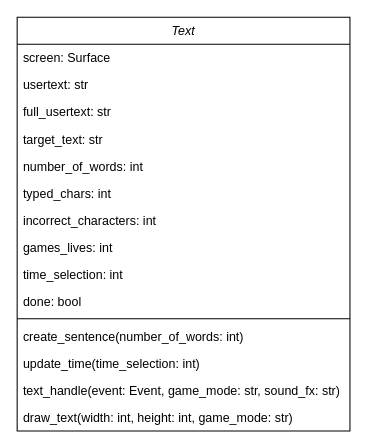
Bxnetic/wahtype keeps this draw.io diagram as diagrams/classes/textClass.drawio. Above is the earlier version. Source tidied: cells renumbered, new cells numbered last; positions are measured from the earlier drawing's top-left corner, leaving out a move shared by most shapes. Both pictures are drawn from the tidied source at 104%, with x=0, y=0 at pixel (17, 17).
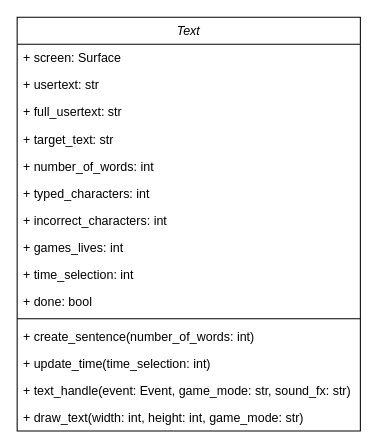
After the change.

Diff of the diagram source:
```diff
@@
 <mxGraphModel>
   <root>
     <mxCell id="0" />
     <mxCell id="1" parent="0" />
     <mxCell id="2" value="Text" style="swimlane;fontStyle=2;align=center;verticalAlign=top;horizontal=1;startSize=26;rounded=0;shadow=0;strokeWidth=1;" parent="1" vertex="1">
-      <mxGeometry width="320" height="398" as="geometry" />
+      <mxGeometry width="330" height="398" as="geometry" />
     </mxCell>
-    <mxCell id="3" value="screen: Surface" style="text;align=left;verticalAlign=top;spacingLeft=4;spacingRight=4;overflow=hidden;" parent="2" vertex="1">
-      <mxGeometry y="26" width="320" height="26" as="geometry" />
+    <mxCell id="3" value="+ screen: Surface" style="text;align=left;verticalAlign=top;spacingLeft=4;spacingRight=4;overflow=hidden;" parent="2" vertex="1">
+      <mxGeometry y="26" width="330" height="26" as="geometry" />
     </mxCell>
-    <mxCell id="4" value="usertext: str" style="text;align=left;verticalAlign=top;spacingLeft=4;spacingRight=4;overflow=hidden;rounded=0;shadow=0;html=0;" parent="2" vertex="1">
-      <mxGeometry y="52" width="320" height="26" as="geometry" />
+    <mxCell id="4" value="+ usertext: str" style="text;align=left;verticalAlign=top;spacingLeft=4;spacingRight=4;overflow=hidden;rounded=0;shadow=0;html=0;" parent="2" vertex="1">
+      <mxGeometry y="52" width="330" height="26" as="geometry" />
     </mxCell>
-    <mxCell id="5" value="full_usertext: str" style="text;align=left;verticalAlign=top;spacingLeft=4;spacingRight=4;overflow=hidden;rounded=0;shadow=0;html=0;" parent="2" vertex="1">
-      <mxGeometry y="78" width="320" height="26" as="geometry" />
+    <mxCell id="5" value="+ full_usertext: str" style="text;align=left;verticalAlign=top;spacingLeft=4;spacingRight=4;overflow=hidden;rounded=0;shadow=0;html=0;" parent="2" vertex="1">
+      <mxGeometry y="78" width="330" height="26" as="geometry" />
     </mxCell>
-    <mxCell id="6" value="target_text: str" style="text;align=left;verticalAlign=top;spacingLeft=4;spacingRight=4;overflow=hidden;rounded=0;shadow=0;html=0;" parent="2" vertex="1">
-      <mxGeometry y="104" width="320" height="26" as="geometry" />
+    <mxCell id="6" value="+ target_text: str" style="text;align=left;verticalAlign=top;spacingLeft=4;spacingRight=4;overflow=hidden;rounded=0;shadow=0;html=0;" parent="2" vertex="1">
+      <mxGeometry y="104" width="330" height="26" as="geometry" />
     </mxCell>
-    <mxCell id="7" value="number_of_words: int" style="text;align=left;verticalAlign=top;spacingLeft=4;spacingRight=4;overflow=hidden;rounded=0;shadow=0;html=0;" parent="2" vertex="1">
-      <mxGeometry y="130" width="320" height="26" as="geometry" />
+    <mxCell id="7" value="+ number_of_words: int" style="text;align=left;verticalAlign=top;spacingLeft=4;spacingRight=4;overflow=hidden;rounded=0;shadow=0;html=0;" parent="2" vertex="1">
+      <mxGeometry y="130" width="330" height="26" as="geometry" />
     </mxCell>
-    <mxCell id="8" value="typed_chars: int" style="text;align=left;verticalAlign=top;spacingLeft=4;spacingRight=4;overflow=hidden;rounded=0;shadow=0;html=0;" parent="2" vertex="1">
-      <mxGeometry y="156" width="320" height="26" as="geometry" />
+    <mxCell id="8" value="+ typed_characters: int" style="text;align=left;verticalAlign=top;spacingLeft=4;spacingRight=4;overflow=hidden;rounded=0;shadow=0;html=0;" parent="2" vertex="1">
+      <mxGeometry y="156" width="330" height="26" as="geometry" />
     </mxCell>
-    <mxCell id="9" value="incorrect_characters: int" style="text;align=left;verticalAlign=top;spacingLeft=4;spacingRight=4;overflow=hidden;rounded=0;shadow=0;html=0;" parent="2" vertex="1">
-      <mxGeometry y="182" width="320" height="26" as="geometry" />
+    <mxCell id="9" value="+ incorrect_characters: int" style="text;align=left;verticalAlign=top;spacingLeft=4;spacingRight=4;overflow=hidden;rounded=0;shadow=0;html=0;" parent="2" vertex="1">
+      <mxGeometry y="182" width="330" height="26" as="geometry" />
     </mxCell>
-    <mxCell id="10" value="games_lives: int" style="text;align=left;verticalAlign=top;spacingLeft=4;spacingRight=4;overflow=hidden;rounded=0;shadow=0;html=0;" parent="2" vertex="1">
-      <mxGeometry y="208" width="320" height="26" as="geometry" />
+    <mxCell id="10" value="+ games_lives: int" style="text;align=left;verticalAlign=top;spacingLeft=4;spacingRight=4;overflow=hidden;rounded=0;shadow=0;html=0;" parent="2" vertex="1">
+      <mxGeometry y="208" width="330" height="26" as="geometry" />
     </mxCell>
-    <mxCell id="11" value="time_selection: int" style="text;align=left;verticalAlign=top;spacingLeft=4;spacingRight=4;overflow=hidden;rounded=0;shadow=0;html=0;" parent="2" vertex="1">
-      <mxGeometry y="234" width="320" height="26" as="geometry" />
+    <mxCell id="11" value="+ time_selection: int" style="text;align=left;verticalAlign=top;spacingLeft=4;spacingRight=4;overflow=hidden;rounded=0;shadow=0;html=0;" parent="2" vertex="1">
+      <mxGeometry y="234" width="330" height="26" as="geometry" />
     </mxCell>
-    <mxCell id="12" value="done: bool" style="text;align=left;verticalAlign=top;spacingLeft=4;spacingRight=4;overflow=hidden;rounded=0;shadow=0;html=0;" parent="2" vertex="1">
-      <mxGeometry y="260" width="320" height="26" as="geometry" />
+    <mxCell id="12" value="+ done: bool" style="text;align=left;verticalAlign=top;spacingLeft=4;spacingRight=4;overflow=hidden;rounded=0;shadow=0;html=0;" parent="2" vertex="1">
+      <mxGeometry y="260" width="330" height="26" as="geometry" />
     </mxCell>
     <mxCell id="13" style="line;html=1;strokeWidth=1;align=left;verticalAlign=middle;spacingTop=-1;spacingLeft=3;spacingRight=3;labelPosition=right;" parent="2" vertex="1">
-      <mxGeometry y="286" width="320" height="8" as="geometry" />
+      <mxGeometry y="286" width="330" height="8" as="geometry" />
     </mxCell>
-    <mxCell id="14" value="create_sentence(number_of_words: int)" style="text;align=left;verticalAlign=top;spacingLeft=4;spacingRight=4;overflow=hidden;" parent="2" vertex="1">
-      <mxGeometry y="294" width="320" height="26" as="geometry" />
+    <mxCell id="14" value="+ create_sentence(number_of_words: int)" style="text;align=left;verticalAlign=top;spacingLeft=4;spacingRight=4;overflow=hidden;" parent="2" vertex="1">
+      <mxGeometry y="294" width="330" height="26" as="geometry" />
     </mxCell>
-    <mxCell id="15" value="update_time(time_selection: int)" style="text;align=left;verticalAlign=top;spacingLeft=4;spacingRight=4;overflow=hidden;" parent="2" vertex="1">
-      <mxGeometry y="320" width="320" height="26" as="geometry" />
+    <mxCell id="15" value="+ update_time(time_selection: int)" style="text;align=left;verticalAlign=top;spacingLeft=4;spacingRight=4;overflow=hidden;" parent="2" vertex="1">
+      <mxGeometry y="320" width="330" height="26" as="geometry" />
     </mxCell>
-    <mxCell id="16" value="text_handle(event: Event, game_mode: str, sound_fx: str)" style="text;align=left;verticalAlign=top;spacingLeft=4;spacingRight=4;overflow=hidden;" parent="2" vertex="1">
-      <mxGeometry y="346" width="320" height="26" as="geometry" />
+    <mxCell id="16" value="+ text_handle(event: Event, game_mode: str, sound_fx: str)" style="text;align=left;verticalAlign=top;spacingLeft=4;spacingRight=4;overflow=hidden;" parent="2" vertex="1">
+      <mxGeometry y="346" width="330" height="26" as="geometry" />
     </mxCell>
-    <mxCell id="17" value="draw_text(width: int, height: int, game_mode: str)" style="text;align=left;verticalAlign=top;spacingLeft=4;spacingRight=4;overflow=hidden;" parent="2" vertex="1">
-      <mxGeometry y="372" width="320" height="26" as="geometry" />
+    <mxCell id="17" value="+ draw_text(width: int, height: int, game_mode: str)" style="text;align=left;verticalAlign=top;spacingLeft=4;spacingRight=4;overflow=hidden;" parent="2" vertex="1">
+      <mxGeometry y="372" width="330" height="26" as="geometry" />
     </mxCell>
   </root>
 </mxGraphModel>
```
